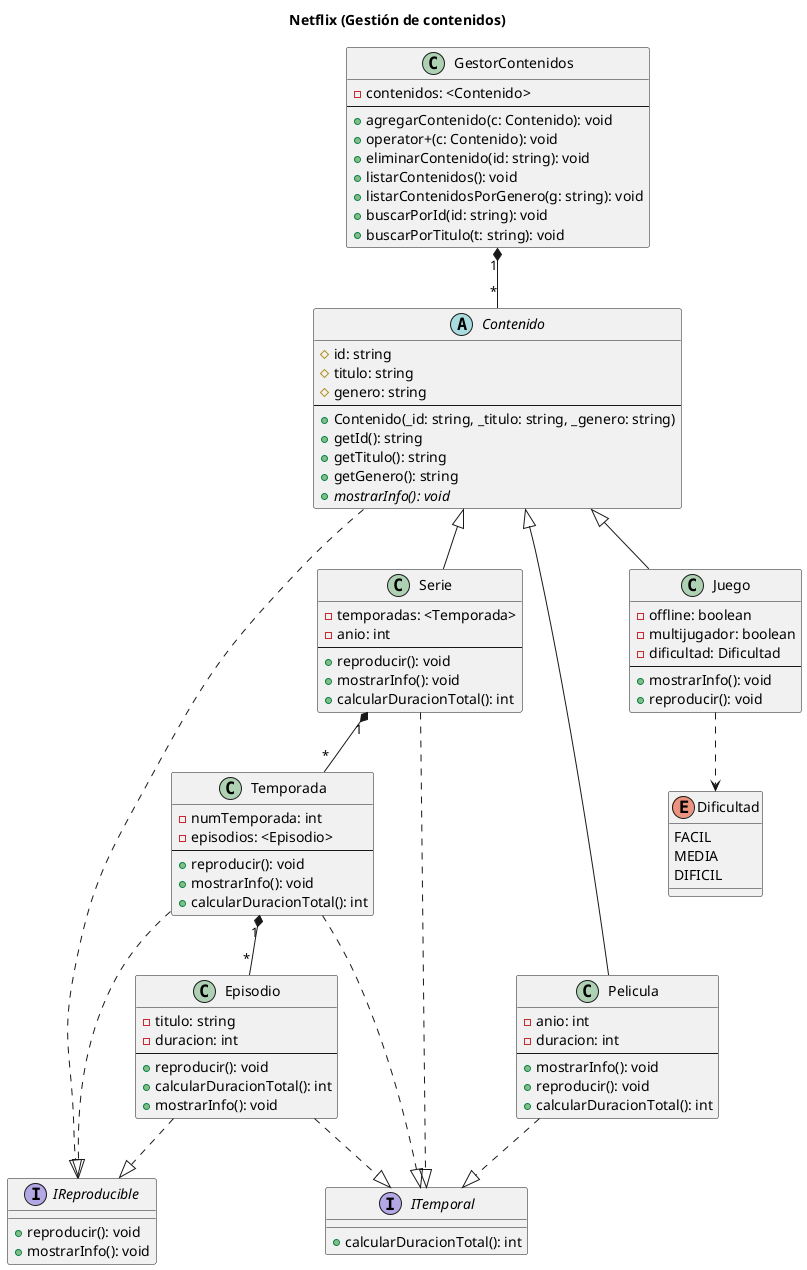
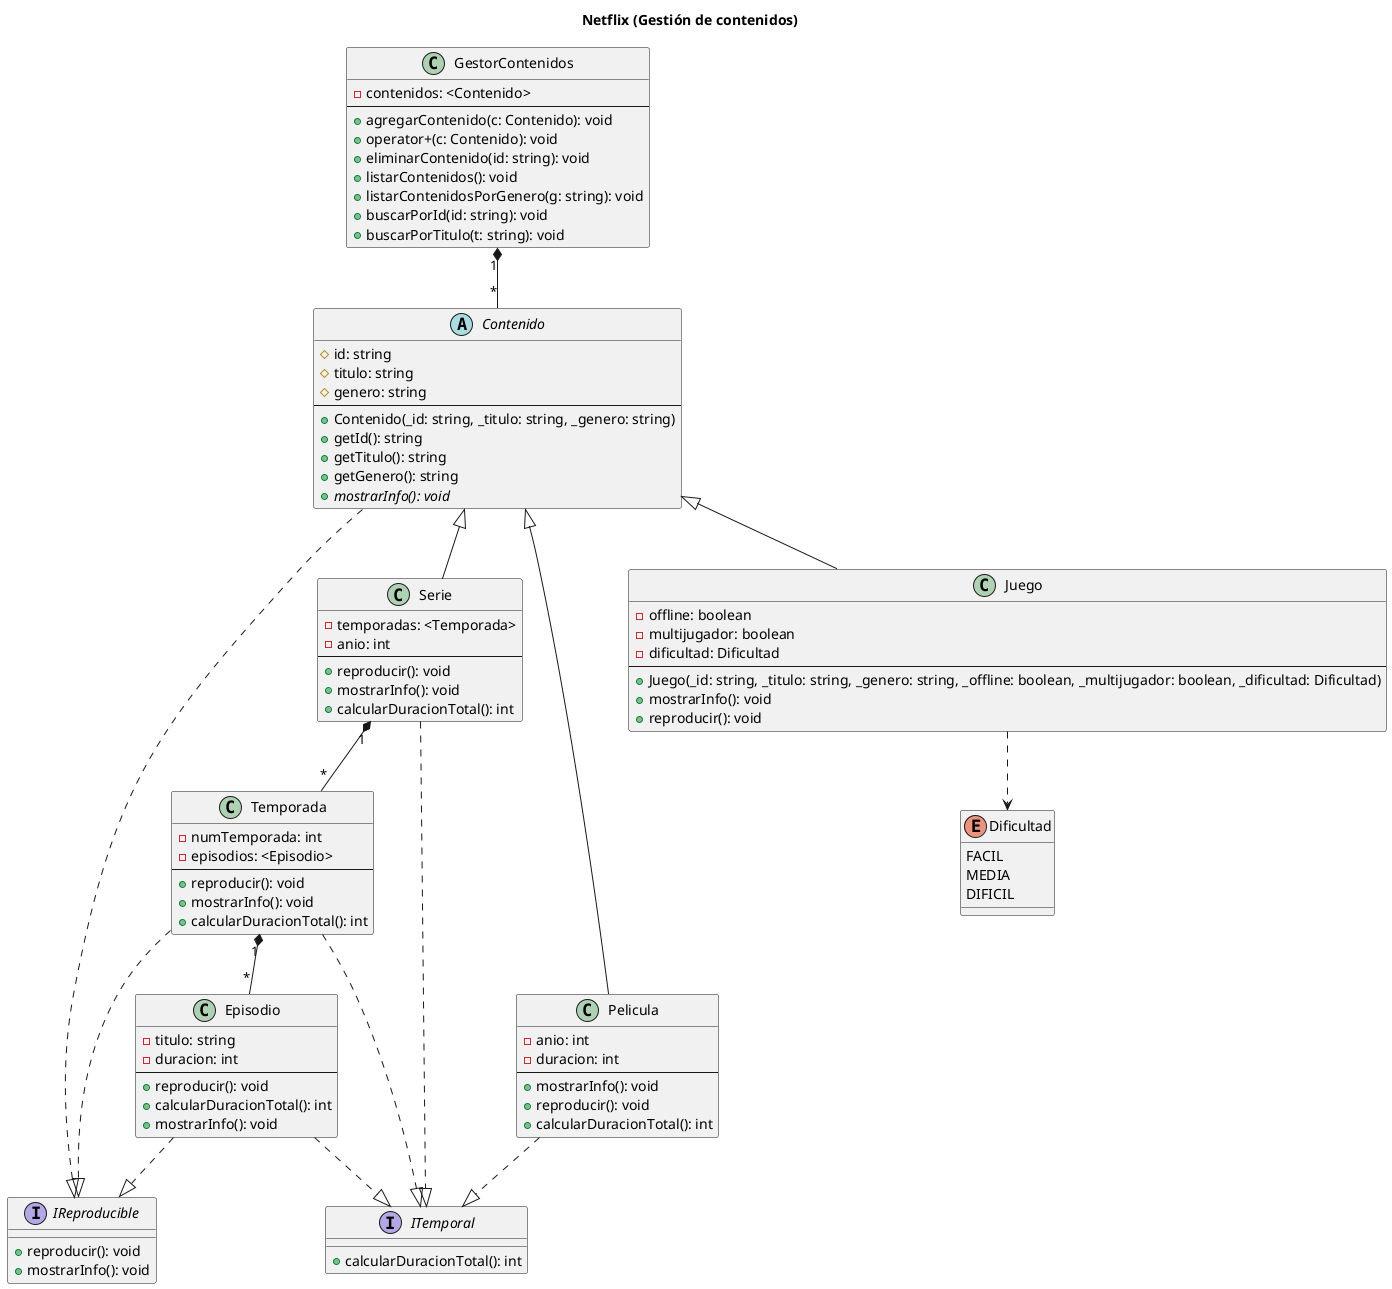
@startuml gestor_streaming
title Netflix (Gestión de contenidos)

interface IReproducible {
  + reproducir(): void
  + mostrarInfo(): void
}

interface ITemporal {
  + calcularDuracionTotal(): int
}

abstract class Contenido {
  # id: string
  # titulo: string
  # genero: string
  ---
  + Contenido(_id: string, _titulo: string, _genero: string)
  + getId(): string
  + getTitulo(): string
  + getGenero(): string
  + {abstract} mostrarInfo(): void
}

class GestorContenidos {
  - contenidos: <Contenido>
  ---
  + agregarContenido(c: Contenido): void
  + operator+(c: Contenido): void
  + eliminarContenido(id: string): void
  + listarContenidos(): void
  + listarContenidosPorGenero(g: string): void
  + buscarPorId(id: string): void
  + buscarPorTitulo(t: string): void
}

class Pelicula {
  - anio: int
  - duracion: int
  ---
  + mostrarInfo(): void
  + reproducir(): void
  + calcularDuracionTotal(): int
}

class Serie {
  - temporadas: <Temporada>
  - anio: int
  ---
  + reproducir(): void
  + mostrarInfo(): void
  + calcularDuracionTotal(): int
}

class Juego {
  - offline: boolean
  - multijugador: boolean
  - dificultad: Dificultad
  ---
+   + Juego(_id: string, _titulo: string, _genero: string, _offline: boolean, _multijugador: boolean, _dificultad: Dificultad)
  + mostrarInfo(): void
  + reproducir(): void
}

enum Dificultad {
  FACIL
  MEDIA
  DIFICIL
}

class Temporada {
  - numTemporada: int
  - episodios: <Episodio>
  ---
  + reproducir(): void
  + mostrarInfo(): void
  + calcularDuracionTotal(): int
}

class Episodio {
  - titulo: string
  - duracion: int
  ---
  + reproducir(): void
  + calcularDuracionTotal(): int
  + mostrarInfo(): void
}

' Jerarquía principal
Contenido <|-- Pelicula
Contenido <|-- Serie
Contenido <|-- Juego

' Interfaces
Contenido ..|> IReproducible
Episodio ..|> IReproducible
Temporada ..|> IReproducible

Pelicula ..|> ITemporal
Serie ..|> ITemporal
Temporada ..|> ITemporal
Episodio ..|> ITemporal

' Composiciones
GestorContenidos "1" *-- "*" Contenido
Serie "1" *-- "*" Temporada
Temporada "1" *-- "*" Episodio

' Dependencia
Juego ..> Dificultad

@enduml